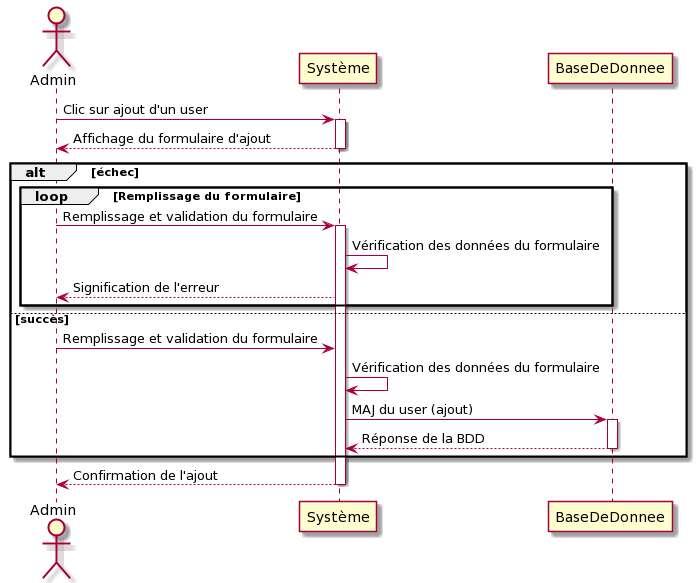
Earlier version of the PlantUML export diagrammes/diagramme_sequence_ajout_user.png (Maxime22/projet8-TodoList). Its diagram source:
```plantuml
@startuml
Actor Admin
Admin-> Système: Clic sur ajout d'un user
activate Système
Admin<-- Système: Affichage du formulaire d'ajout
deactivate Système
alt échec
loop Remplissage du formulaire
    Admin-> Système: Remplissage et validation du formulaire
    activate Système
    Système -> Système: Vérification des données du formulaire
    Système --> Admin: Signification de l'erreur
end
else succès
    Admin-> Système: Remplissage et validation du formulaire
    Système -> Système: Vérification des données du formulaire
    Système -> BaseDeDonnee: MAJ du user (ajout)
    activate BaseDeDonnee
    BaseDeDonnee --> Système: Réponse de la BDD
    deactivate BaseDeDonnee
end
Admin<-- Système: Confirmation de l'ajout
deactivate Système
@enduml
```
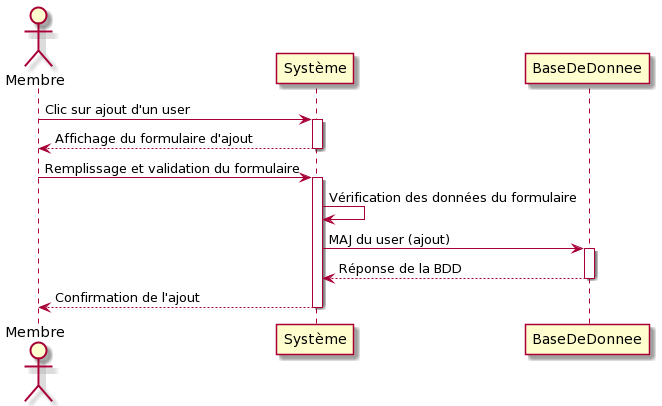
Above is the later version.

What changed in the source:
```diff
@@ -1,24 +1,16 @@
 @startuml
-Actor Admin
-Admin-> Système: Clic sur ajout d'un user
+Actor Membre
+Membre -> Système: Clic sur ajout d'un user
 activate Système
-Admin<-- Système: Affichage du formulaire d'ajout
+Membre <-- Système: Affichage du formulaire d'ajout
 deactivate Système
-alt échec
-loop Remplissage du formulaire
-    Admin-> Système: Remplissage et validation du formulaire
-    activate Système
-    Système -> Système: Vérification des données du formulaire
-    Système --> Admin: Signification de l'erreur
-end
-else succès
-    Admin-> Système: Remplissage et validation du formulaire
-    Système -> Système: Vérification des données du formulaire
-    Système -> BaseDeDonnee: MAJ du user (ajout)
-    activate BaseDeDonnee
-    BaseDeDonnee --> Système: Réponse de la BDD
-    deactivate BaseDeDonnee
-end
-Admin<-- Système: Confirmation de l'ajout
+Membre -> Système: Remplissage et validation du formulaire
+activate Système
+Système -> Système: Vérification des données du formulaire
+Système -> BaseDeDonnee: MAJ du user (ajout)
+activate BaseDeDonnee
+BaseDeDonnee --> Système: Réponse de la BDD
+deactivate BaseDeDonnee
+Membre <-- Système: Confirmation de l'ajout
 deactivate Système
 @enduml
```
